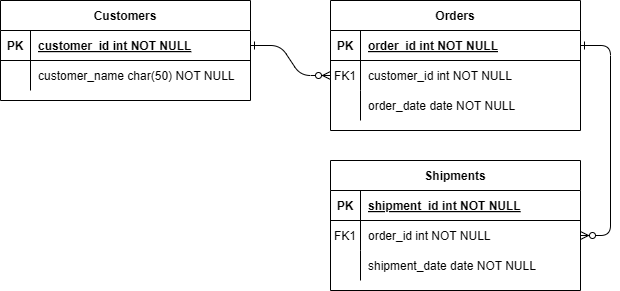
Before: Диаграмма без названия.drawio.png, a diagram exported from draw.io (giulerg/posgresql). Source tidied: cells renumbered, new cells last; positions are measured from the earlier drawing's top-left corner, leaving out a move shared by most shapes.
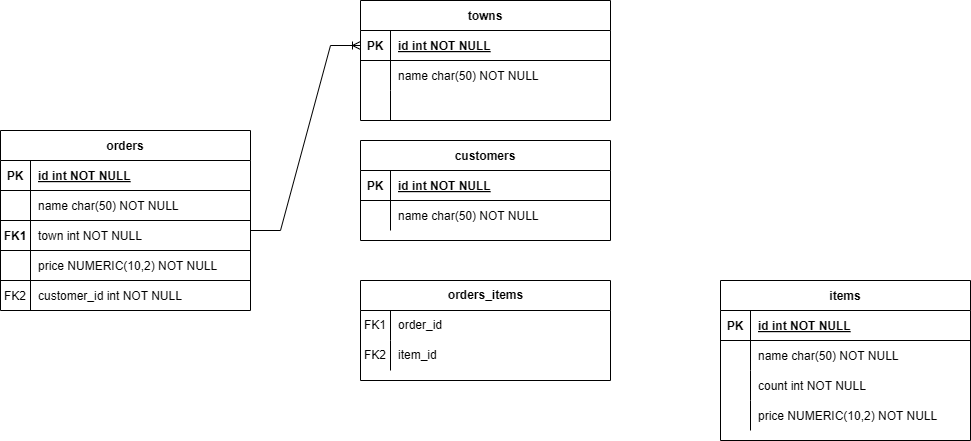
After the change.

Diff of the diagram source:
```diff
@@ -2,14 +2,8 @@
   <root>
     <mxCell id="0" />
     <mxCell id="1" parent="0" />
-    <mxCell id="2" style="edgeStyle=entityRelationEdgeStyle;endArrow=ERzeroToMany;startArrow=ERone;endFill=1;startFill=0;" parent="1" edge="1" source="25" target="8">
-      <mxGeometry relative="1" as="geometry" />
-    </mxCell>
-    <mxCell id="3" style="edgeStyle=entityRelationEdgeStyle;endArrow=ERzeroToMany;startArrow=ERone;endFill=1;startFill=0;" parent="1" edge="1" source="5" target="18">
-      <mxGeometry relative="1" as="geometry" />
-    </mxCell>
-    <mxCell id="4" value="Orders" style="shape=table;startSize=30;rowLines=0;fontStyle=1;align=center;" parent="1" vertex="1">
-      <mxGeometry x="330" width="250" height="130" as="geometry" />
+    <mxCell id="4" value="orders" style="shape=table;startSize=30;rowLines=0;fontStyle=1;align=center;" parent="1" vertex="1">
+      <mxGeometry x="-110" y="50" width="250" height="180" as="geometry" />
     </mxCell>
     <mxCell id="5" style="shape=partialRectangle;fillColor=none;points=[[0,0.5],[1,0.5]];portConstraint=eastwest;top=0;left=0;right=0;bottom=1;" parent="4" vertex="1">
       <mxGeometry y="30" width="250" height="30" as="geometry" />
@@ -17,29 +11,47 @@
     <mxCell id="6" value="PK" style="shape=partialRectangle;overflow=hidden;fillColor=none;top=0;left=0;bottom=0;right=0;fontStyle=1;" parent="5" vertex="1">
       <mxGeometry width="30" height="30" as="geometry" />
     </mxCell>
-    <mxCell id="7" value="order_id int NOT NULL " style="shape=partialRectangle;overflow=hidden;fillColor=none;top=0;left=0;bottom=0;right=0;align=left;spacingLeft=6;fontStyle=5;" parent="5" vertex="1">
+    <mxCell id="7" value="id int NOT NULL " style="shape=partialRectangle;overflow=hidden;fillColor=none;top=0;left=0;bottom=0;right=0;align=left;spacingLeft=6;fontStyle=5;" parent="5" vertex="1">
       <mxGeometry x="30" width="220" height="30" as="geometry" />
     </mxCell>
+    <mxCell id="31" style="shape=partialRectangle;fillColor=none;top=0;left=0;right=0;bottom=1;" parent="4" vertex="1">
+      <mxGeometry y="60" width="250" height="30" as="geometry" />
+    </mxCell>
+    <mxCell id="32" style="shape=partialRectangle;overflow=hidden;fillColor=none;top=0;left=0;bottom=0;right=0;fontStyle=1;" parent="31" vertex="1">
+      <mxGeometry width="30" height="30" as="geometry" />
+    </mxCell>
+    <mxCell id="33" value="name char(50) NOT NULL" style="shape=partialRectangle;overflow=hidden;fillColor=none;top=0;left=0;bottom=0;right=0;align=left;spacingLeft=6;fontStyle=0;" parent="31" vertex="1">
+      <mxGeometry x="30" width="220" height="30" as="geometry" />
+    </mxCell>
+    <mxCell id="34" style="shape=partialRectangle;fillColor=none;top=0;left=0;right=0;bottom=1;" parent="4" vertex="1">
+      <mxGeometry y="90" width="250" height="30" as="geometry" />
+    </mxCell>
+    <mxCell id="35" value="FK1" style="shape=partialRectangle;overflow=hidden;fillColor=none;top=0;left=0;bottom=0;right=0;fontStyle=1;" parent="34" vertex="1">
+      <mxGeometry width="30" height="30" as="geometry" />
+    </mxCell>
+    <mxCell id="36" value="town int NOT NULL" style="shape=partialRectangle;overflow=hidden;fillColor=none;top=0;left=0;bottom=0;right=0;align=left;spacingLeft=6;fontStyle=0;" parent="34" vertex="1">
+      <mxGeometry x="30" width="220" height="30" as="geometry" />
+    </mxCell>
+    <mxCell id="37" style="shape=partialRectangle;fillColor=none;top=0;left=0;right=0;bottom=1;" parent="4" vertex="1">
+      <mxGeometry y="120" width="250" height="30" as="geometry" />
+    </mxCell>
+    <mxCell id="38" style="shape=partialRectangle;overflow=hidden;fillColor=none;top=0;left=0;bottom=0;right=0;fontStyle=1;" parent="37" vertex="1">
+      <mxGeometry width="30" height="30" as="geometry" />
+    </mxCell>
+    <mxCell id="39" value="price NUMERIC(10,2) NOT NULL" style="shape=partialRectangle;overflow=hidden;fillColor=none;top=0;left=0;bottom=0;right=0;align=left;spacingLeft=6;fontStyle=0;" parent="37" vertex="1">
+      <mxGeometry x="30" width="220" height="30" as="geometry" />
+    </mxCell>
     <mxCell id="8" style="shape=partialRectangle;fillColor=none;points=[[0,0.5],[1,0.5]];portConstraint=eastwest;top=0;left=0;right=0;bottom=0;" parent="4" vertex="1">
-      <mxGeometry y="60" width="250" height="30" as="geometry" />
+      <mxGeometry y="150" width="250" height="30" as="geometry" />
     </mxCell>
-    <mxCell id="9" value="FK1" style="shape=partialRectangle;overflow=hidden;fillColor=none;top=0;left=0;bottom=0;right=0;" parent="8" vertex="1">
+    <mxCell id="9" value="FK2" style="shape=partialRectangle;overflow=hidden;fillColor=none;top=0;left=0;bottom=0;right=0;" parent="8" vertex="1">
       <mxGeometry width="30" height="30" as="geometry" />
     </mxCell>
     <mxCell id="10" value="customer_id int NOT NULL" style="shape=partialRectangle;overflow=hidden;fillColor=none;top=0;left=0;bottom=0;right=0;align=left;spacingLeft=6;" parent="8" vertex="1">
       <mxGeometry x="30" width="220" height="30" as="geometry" />
     </mxCell>
-    <mxCell id="11" style="shape=partialRectangle;fillColor=none;top=0;left=0;right=0;bottom=0;" parent="4" vertex="1">
-      <mxGeometry y="90" width="250" height="30" as="geometry" />
-    </mxCell>
-    <mxCell id="12" style="shape=partialRectangle;overflow=hidden;fillColor=none;top=0;left=0;bottom=0;right=0;" parent="11" vertex="1">
-      <mxGeometry width="30" height="30" as="geometry" />
-    </mxCell>
-    <mxCell id="13" value="order_date date NOT NULL" style="shape=partialRectangle;overflow=hidden;fillColor=none;top=0;left=0;bottom=0;right=0;align=left;spacingLeft=6;" parent="11" vertex="1">
-      <mxGeometry x="30" width="220" height="30" as="geometry" />
-    </mxCell>
-    <mxCell id="14" value="Shipments" style="shape=table;startSize=30;rowLines=0;fontStyle=1;align=center;" parent="1" vertex="1">
-      <mxGeometry x="330" y="160" width="250" height="130" as="geometry" />
+    <mxCell id="14" value="towns" style="shape=table;startSize=30;rowLines=0;fontStyle=1;align=center;" parent="1" vertex="1">
+      <mxGeometry x="250" y="-80" width="250" height="120" as="geometry" />
     </mxCell>
     <mxCell id="15" style="shape=partialRectangle;fillColor=none;points=[[0,0.5],[1,0.5]];portConstraint=eastwest;top=0;left=0;right=0;bottom=1;" parent="14" vertex="1">
       <mxGeometry y="30" width="250" height="30" as="geometry" />
@@ -47,16 +59,16 @@
     <mxCell id="16" value="PK" style="shape=partialRectangle;overflow=hidden;fillColor=none;top=0;left=0;bottom=0;right=0;fontStyle=1;" parent="15" vertex="1">
       <mxGeometry width="30" height="30" as="geometry" />
     </mxCell>
-    <mxCell id="17" value="shipment_id int NOT NULL " style="shape=partialRectangle;overflow=hidden;fillColor=none;top=0;left=0;bottom=0;right=0;align=left;spacingLeft=6;fontStyle=5;" parent="15" vertex="1">
+    <mxCell id="17" value="id int NOT NULL " style="shape=partialRectangle;overflow=hidden;fillColor=none;top=0;left=0;bottom=0;right=0;align=left;spacingLeft=6;fontStyle=5;" parent="15" vertex="1">
       <mxGeometry x="30" width="220" height="30" as="geometry" />
     </mxCell>
     <mxCell id="18" style="shape=partialRectangle;fillColor=none;points=[[0,0.5],[1,0.5]];portConstraint=eastwest;top=0;left=0;right=0;bottom=0;" parent="14" vertex="1">
       <mxGeometry y="60" width="250" height="30" as="geometry" />
     </mxCell>
-    <mxCell id="19" value="FK1" style="shape=partialRectangle;overflow=hidden;fillColor=none;top=0;left=0;bottom=0;right=0;" parent="18" vertex="1">
+    <mxCell id="19" value=" " style="shape=partialRectangle;overflow=hidden;fillColor=none;top=0;left=0;bottom=0;right=0;" parent="18" vertex="1">
       <mxGeometry width="30" height="30" as="geometry" />
     </mxCell>
-    <mxCell id="20" value="order_id int NOT NULL" style="shape=partialRectangle;overflow=hidden;fillColor=none;top=0;left=0;bottom=0;right=0;align=left;spacingLeft=6;" parent="18" vertex="1">
+    <mxCell id="20" value="name char(50) NOT NULL" style="shape=partialRectangle;overflow=hidden;fillColor=none;top=0;left=0;bottom=0;right=0;align=left;spacingLeft=6;" parent="18" vertex="1">
       <mxGeometry x="30" width="220" height="30" as="geometry" />
     </mxCell>
     <mxCell id="21" style="shape=partialRectangle;fillColor=none;top=0;left=0;right=0;bottom=0;" parent="14" vertex="1">
@@ -65,11 +77,11 @@
     <mxCell id="22" style="shape=partialRectangle;overflow=hidden;fillColor=none;top=0;left=0;bottom=0;right=0;" parent="21" vertex="1">
       <mxGeometry width="30" height="30" as="geometry" />
     </mxCell>
-    <mxCell id="23" value="shipment_date date NOT NULL" style="shape=partialRectangle;overflow=hidden;fillColor=none;top=0;left=0;bottom=0;right=0;align=left;spacingLeft=6;" parent="21" vertex="1">
+    <mxCell id="23" style="shape=partialRectangle;overflow=hidden;fillColor=none;top=0;left=0;bottom=0;right=0;align=left;spacingLeft=6;" parent="21" vertex="1">
       <mxGeometry x="30" width="220" height="30" as="geometry" />
     </mxCell>
-    <mxCell id="24" value="Customers" style="shape=table;startSize=30;rowLines=0;fontStyle=1;align=center;" parent="1" vertex="1">
-      <mxGeometry width="250" height="100" as="geometry" />
+    <mxCell id="24" value="customers" style="shape=table;startSize=30;rowLines=0;fontStyle=1;align=center;" parent="1" vertex="1">
+      <mxGeometry x="250" y="60" width="250" height="100" as="geometry" />
     </mxCell>
     <mxCell id="25" style="shape=partialRectangle;fillColor=none;points=[[0,0.5],[1,0.5]];portConstraint=eastwest;top=0;left=0;right=0;bottom=1;" parent="24" vertex="1">
       <mxGeometry y="30" width="250" height="30" as="geometry" />
@@ -77,7 +89,7 @@
     <mxCell id="26" value="PK" style="shape=partialRectangle;overflow=hidden;fillColor=none;top=0;left=0;bottom=0;right=0;fontStyle=1;" parent="25" vertex="1">
       <mxGeometry width="30" height="30" as="geometry" />
     </mxCell>
-    <mxCell id="27" value="customer_id int NOT NULL " style="shape=partialRectangle;overflow=hidden;fillColor=none;top=0;left=0;bottom=0;right=0;align=left;spacingLeft=6;fontStyle=5;" parent="25" vertex="1">
+    <mxCell id="27" value="id int NOT NULL " style="shape=partialRectangle;overflow=hidden;fillColor=none;top=0;left=0;bottom=0;right=0;align=left;spacingLeft=6;fontStyle=5;" parent="25" vertex="1">
       <mxGeometry x="30" width="220" height="30" as="geometry" />
     </mxCell>
     <mxCell id="28" style="shape=partialRectangle;fillColor=none;top=0;left=0;right=0;bottom=0;" parent="24" vertex="1">
@@ -86,8 +98,73 @@
     <mxCell id="29" style="shape=partialRectangle;overflow=hidden;fillColor=none;top=0;left=0;bottom=0;right=0;" parent="28" vertex="1">
       <mxGeometry width="30" height="30" as="geometry" />
     </mxCell>
-    <mxCell id="30" value="customer_name char(50) NOT NULL" style="shape=partialRectangle;overflow=hidden;fillColor=none;top=0;left=0;bottom=0;right=0;align=left;spacingLeft=6;" parent="28" vertex="1">
+    <mxCell id="30" value="name char(50) NOT NULL" style="shape=partialRectangle;overflow=hidden;fillColor=none;top=0;left=0;bottom=0;right=0;align=left;spacingLeft=6;" parent="28" vertex="1">
       <mxGeometry x="30" width="220" height="30" as="geometry" />
     </mxCell>
+    <mxCell id="40" value="items" style="shape=table;startSize=30;rowLines=0;fontStyle=1;align=center;" parent="1" vertex="1">
+      <mxGeometry x="610" y="200" width="250" height="160" as="geometry" />
+    </mxCell>
+    <mxCell id="41" style="shape=partialRectangle;fillColor=none;top=0;left=0;right=0;bottom=1;" parent="40" vertex="1">
+      <mxGeometry y="30" width="250" height="30" as="geometry" />
+    </mxCell>
+    <mxCell id="42" value="PK" style="shape=partialRectangle;overflow=hidden;fillColor=none;top=0;left=0;bottom=0;right=0;fontStyle=1;" parent="41" vertex="1">
+      <mxGeometry width="30" height="30" as="geometry" />
+    </mxCell>
+    <mxCell id="43" value="id int NOT NULL " style="shape=partialRectangle;overflow=hidden;fillColor=none;top=0;left=0;bottom=0;right=0;align=left;spacingLeft=6;fontStyle=5;" parent="41" vertex="1">
+      <mxGeometry x="30" width="220" height="30" as="geometry" />
+    </mxCell>
+    <mxCell id="44" style="shape=partialRectangle;fillColor=none;top=0;left=0;right=0;bottom=0;" parent="40" vertex="1">
+      <mxGeometry y="60" width="250" height="30" as="geometry" />
+    </mxCell>
+    <mxCell id="45" style="shape=partialRectangle;overflow=hidden;fillColor=none;top=0;left=0;bottom=0;right=0;" parent="44" vertex="1">
+      <mxGeometry width="30" height="30" as="geometry" />
+    </mxCell>
+    <mxCell id="46" value="name char(50) NOT NULL" style="shape=partialRectangle;overflow=hidden;fillColor=none;top=0;left=0;bottom=0;right=0;align=left;spacingLeft=6;" parent="44" vertex="1">
+      <mxGeometry x="30" width="220" height="30" as="geometry" />
+    </mxCell>
+    <mxCell id="11" style="shape=partialRectangle;fillColor=none;top=0;left=0;right=0;bottom=0;" parent="40" vertex="1">
+      <mxGeometry y="90" width="250" height="30" as="geometry" />
+    </mxCell>
+    <mxCell id="47" style="shape=partialRectangle;overflow=hidden;fillColor=none;top=0;left=0;bottom=0;right=0;" parent="11" vertex="1">
+      <mxGeometry width="30" height="30" as="geometry" />
+    </mxCell>
+    <mxCell id="48" value="count int NOT NULL" style="shape=partialRectangle;overflow=hidden;fillColor=none;top=0;left=0;bottom=0;right=0;align=left;spacingLeft=6;" parent="11" vertex="1">
+      <mxGeometry x="30" width="220" height="30" as="geometry" />
+    </mxCell>
+    <mxCell id="49" style="shape=partialRectangle;fillColor=none;top=0;left=0;right=0;bottom=0;" parent="40" vertex="1">
+      <mxGeometry y="120" width="250" height="30" as="geometry" />
+    </mxCell>
+    <mxCell id="50" style="shape=partialRectangle;overflow=hidden;fillColor=none;top=0;left=0;bottom=0;right=0;" parent="49" vertex="1">
+      <mxGeometry width="30" height="30" as="geometry" />
+    </mxCell>
+    <mxCell id="51" value="price NUMERIC(10,2) NOT NULL" style="shape=partialRectangle;overflow=hidden;fillColor=none;top=0;left=0;bottom=0;right=0;align=left;spacingLeft=6;" parent="49" vertex="1">
+      <mxGeometry x="30" width="220" height="30" as="geometry" />
+    </mxCell>
+    <mxCell id="52" value="orders_items" style="shape=table;startSize=30;rowLines=0;fontStyle=1;align=center;html=1;fillColor=none;" parent="1" vertex="1">
+      <mxGeometry x="250" y="200" width="250" height="100" as="geometry" />
+    </mxCell>
+    <mxCell id="53" style="shape=tableRow;horizontal=0;startSize=0;swimlaneHead=0;swimlaneBody=0;fillColor=none;top=0;left=0;right=0;bottom=0;" parent="52" vertex="1">
+      <mxGeometry y="30" width="250" height="30" as="geometry" />
+    </mxCell>
+    <mxCell id="54" value="FK1" style="shape=partialRectangle;fillColor=none;top=0;left=0;bottom=0;right=0;overflow=hidden;whiteSpace=wrap;html=1;" parent="53" vertex="1">
+      <mxGeometry width="30" height="30" as="geometry" />
+    </mxCell>
+    <mxCell id="55" value="order_id" style="shape=partialRectangle;fillColor=none;top=0;left=0;bottom=0;right=0;align=left;spacingLeft=6;overflow=hidden;whiteSpace=wrap;html=1;" parent="53" vertex="1">
+      <mxGeometry x="30" width="220" height="30" as="geometry" />
+    </mxCell>
+    <mxCell id="56" style="shape=tableRow;horizontal=0;startSize=0;swimlaneHead=0;swimlaneBody=0;fillColor=none;top=0;left=0;right=0;bottom=0;" parent="52" vertex="1">
+      <mxGeometry y="60" width="250" height="30" as="geometry" />
+    </mxCell>
+    <mxCell id="57" value="FK2" style="shape=partialRectangle;fillColor=none;top=0;left=0;bottom=0;right=0;overflow=hidden;whiteSpace=wrap;html=1;" parent="56" vertex="1">
+      <mxGeometry width="30" height="30" as="geometry" />
+    </mxCell>
+    <mxCell id="58" value="item_id" style="shape=partialRectangle;fillColor=none;top=0;left=0;bottom=0;right=0;align=left;spacingLeft=6;overflow=hidden;whiteSpace=wrap;html=1;" parent="56" vertex="1">
+      <mxGeometry x="30" width="220" height="30" as="geometry" />
+    </mxCell>
+    <mxCell id="59" style="edgeStyle=entityRelationEdgeStyle;fontSize=12;html=1;endArrow=ERoneToMany;rounded=0;entryX=0;entryY=0.5;entryDx=0;entryDy=0;strokeColor=default;" parent="1" edge="1" target="15">
+      <mxGeometry relative="1" as="geometry">
+        <mxPoint x="140" y="150" as="sourcePoint" />
+      </mxGeometry>
+    </mxCell>
   </root>
 </mxGraphModel>
```
